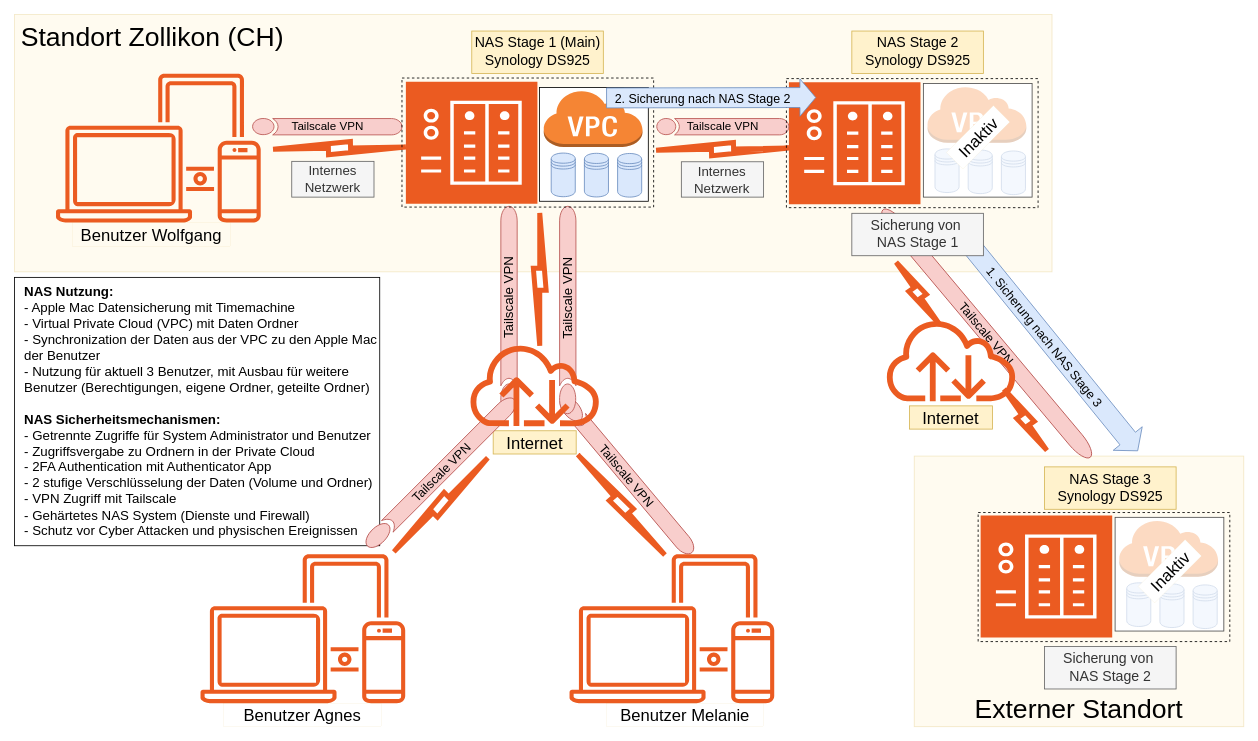
The draw.io diagram Data Management WWW.drawio in noelchiocchetti/SmarterTec, before the edit. Source tidied: cells renumbered, new cells numbered last; positions are measured from the earlier drawing's top-left corner, leaving out a move shared by most shapes. Both pictures are drawn from the tidied source at 83%, with x=0, y=0 at pixel (14, 14). Pictures stored in the file or linked from it are replaced by grey dashed boxes.
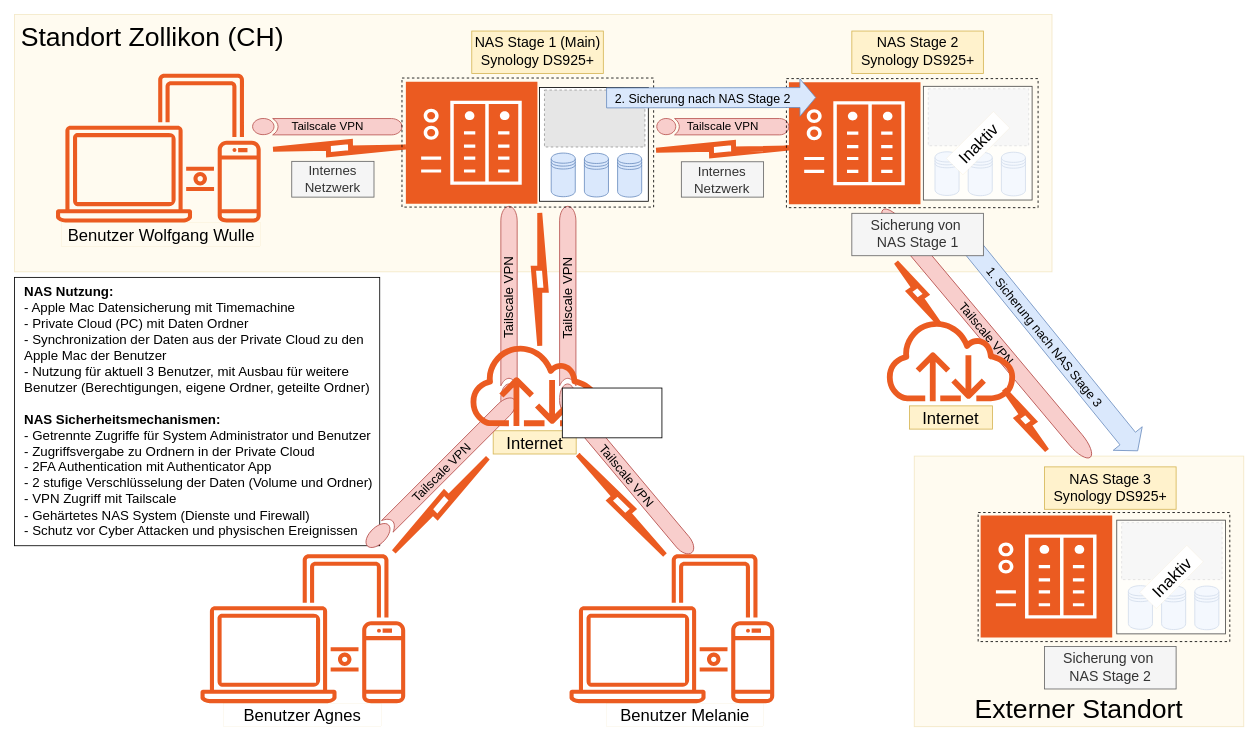
The same page after the edit.

Unchanged cells that the change refers to:
```xml
<mxCell id="53" style="group;" parent="1" vertex="1">
  <mxGeometry x="632.6" y="88" width="131" height="137" as="geometry" />
</mxCell>
```

Diff of the diagram source:
```diff
@@
-    <mxCell id="14" value="&lt;div&gt;NAS Stage 1 (Main)&lt;/div&gt;&lt;div&gt;Synology DS925&lt;/div&gt;" style="whiteSpace=wrap;html=1;fillColor=#fff2cc;strokeColor=#d6b656;fontSize=17;" parent="1" vertex="1">
+    <mxCell id="14" value="&lt;div&gt;NAS Stage 1 (Main)&lt;/div&gt;&lt;div&gt;Synology DS925+&lt;/div&gt;" style="whiteSpace=wrap;html=1;fillColor=#fff2cc;strokeColor=#d6b656;fontSize=17;" parent="1" vertex="1">
       <mxGeometry x="550.9" y="19.9" width="158.5" height="51.1" as="geometry" />
     </mxCell>
@@
-    <mxCell id="17" value="Benutzer Wolfgang" style="whiteSpace=wrap;html=1;fillColor=none;strokeColor=#d6b656;fontSize=20;strokeWidth=0;" parent="1" vertex="1">
-      <mxGeometry x="70" y="251" width="190" height="28" as="geometry" />
+    <mxCell id="17" value="Benutzer Wolfgang Wulle" style="whiteSpace=wrap;html=1;fillColor=none;strokeColor=#d6b656;fontSize=20;strokeWidth=0;" parent="1" vertex="1">
+      <mxGeometry x="56.6" y="251" width="240" height="28" as="geometry" />
     </mxCell>
@@
-    <mxCell id="25" value="&lt;div&gt;NAS Stage 2&lt;/div&gt;&lt;div&gt;Synology DS925&lt;/div&gt;" style="whiteSpace=wrap;html=1;fillColor=#fff2cc;strokeColor=#d6b656;fontSize=17;" parent="1" vertex="1">
+    <mxCell id="25" value="&lt;div&gt;NAS Stage 2&lt;/div&gt;&lt;div&gt;Synology DS925+&lt;/div&gt;" style="whiteSpace=wrap;html=1;fillColor=#fff2cc;strokeColor=#d6b656;fontSize=17;" parent="1" vertex="1">
       <mxGeometry x="1008.8" y="19.9" width="158.5" height="51.1" as="geometry" />
     </mxCell>
@@
-    <mxCell id="28" value="&lt;div&gt;NAS Stage 3&lt;/div&gt;&lt;div&gt;Synology DS925&lt;/div&gt;" style="whiteSpace=wrap;html=1;fillColor=#fff2cc;strokeColor=#d6b656;fontSize=17;" parent="1" vertex="1">
+    <mxCell id="28" value="&lt;div&gt;NAS Stage 3&lt;/div&gt;&lt;div&gt;Synology DS925+&lt;/div&gt;" style="whiteSpace=wrap;html=1;fillColor=#fff2cc;strokeColor=#d6b656;fontSize=17;" parent="1" vertex="1">
       <mxGeometry x="1241" y="545" width="158.5" height="51.1" as="geometry" />
     </mxCell>
@@
-    <mxCell id="37" style="group;fillColor=default;" parent="1" vertex="1">
-      <mxGeometry x="1095" y="83" width="131" height="137" as="geometry" />
-    </mxCell>
-    <mxCell id="38" style="dashed=0;verticalLabelPosition=bottom;verticalAlign=top;align=center;html=1;shape=mxgraph.aws3.virtual_private_cloud;fillColor=#F58534;gradientColor=none;" parent="37" vertex="1">
-      <mxGeometry x="4" y="2.5" width="120" height="69" as="geometry" />
-    </mxCell>
-    <mxCell id="39" style="shape=datastore;whiteSpace=wrap;html=1;fillColor=#dae8fc;strokeColor=#6c8ebf;" parent="37" vertex="1">
-      <mxGeometry x="14" y="78.9" width="29" height="52.6" as="geometry" />
-    </mxCell>
-    <mxCell id="40" style="shape=datastore;whiteSpace=wrap;html=1;fillColor=#dae8fc;strokeColor=#6c8ebf;" parent="37" vertex="1">
-      <mxGeometry x="54" y="80.2" width="29" height="52.6" as="geometry" />
-    </mxCell>
-    <mxCell id="41" style="shape=datastore;whiteSpace=wrap;html=1;fillColor=#dae8fc;strokeColor=#6c8ebf;" parent="37" vertex="1">
-      <mxGeometry x="94" y="81.4" width="29" height="52.6" as="geometry" />
-    </mxCell>
-    <mxCell id="42" style="whiteSpace=wrap;html=1;gradientColor=none;fillStyle=solid;fillColor=default;opacity=70;" parent="37" vertex="1">
-      <mxGeometry width="131" height="137" as="geometry" />
-    </mxCell>
-    <mxCell id="43" value="Inaktiv" style="whiteSpace=wrap;html=1;fillColor=default;strokeColor=#d6b656;fontSize=20;strokeWidth=0;rotation=-45;" parent="37" vertex="1">
-      <mxGeometry x="26" y="50.9" width="80" height="28" as="geometry" />
-    </mxCell>
@@
-    <mxCell id="45" style="group;fillColor=default;" parent="1" vertex="1">
-      <mxGeometry x="1326" y="605.8" width="131" height="137" as="geometry" />
-    </mxCell>
-    <mxCell id="46" style="dashed=0;verticalLabelPosition=bottom;verticalAlign=top;align=center;html=1;shape=mxgraph.aws3.virtual_private_cloud;fillColor=#F58534;gradientColor=none;" parent="45" vertex="1">
-      <mxGeometry x="4" y="2.5" width="120" height="69" as="geometry" />
-    </mxCell>
-    <mxCell id="47" style="shape=datastore;whiteSpace=wrap;html=1;fillColor=#dae8fc;strokeColor=#6c8ebf;" parent="45" vertex="1">
-      <mxGeometry x="14" y="78.9" width="29" height="52.6" as="geometry" />
-    </mxCell>
-    <mxCell id="48" style="shape=datastore;whiteSpace=wrap;html=1;fillColor=#dae8fc;strokeColor=#6c8ebf;" parent="45" vertex="1">
-      <mxGeometry x="54" y="80.2" width="29" height="52.6" as="geometry" />
-    </mxCell>
-    <mxCell id="49" style="shape=datastore;whiteSpace=wrap;html=1;fillColor=#dae8fc;strokeColor=#6c8ebf;" parent="45" vertex="1">
-      <mxGeometry x="94" y="81.4" width="29" height="52.6" as="geometry" />
-    </mxCell>
-    <mxCell id="50" style="whiteSpace=wrap;html=1;gradientColor=none;fillStyle=solid;fillColor=default;opacity=70;" parent="45" vertex="1">
-      <mxGeometry width="131" height="137" as="geometry" />
-    </mxCell>
-    <mxCell id="51" value="Inaktiv" style="whiteSpace=wrap;html=1;fillColor=default;strokeColor=#d6b656;fontSize=20;strokeWidth=0;rotation=-45;" parent="45" vertex="1">
-      <mxGeometry x="26" y="50.9" width="80" height="28" as="geometry" />
-    </mxCell>
-    <mxCell id="52" value="&lt;div&gt;&lt;div&gt;&lt;b&gt;NAS Nutzung:&lt;/b&gt;&lt;/div&gt;&lt;div&gt;- Apple Mac Datensicherung mit Timemachine&lt;/div&gt;&lt;div&gt;- Virtual Private Cloud (VPC) mit Daten Ordner&lt;/div&gt;&lt;div&gt;- Synchronization der Daten aus der VPC zu den Apple Mac der Benutzer&amp;nbsp;&lt;/div&gt;&lt;div&gt;- Nutzung für aktuell 3 Benutzer, mit Ausbau für weitere Benutzer (Berechtigungen, eigene Ordner, geteilte Ordner)&lt;/div&gt;&lt;br&gt;&lt;/div&gt;&lt;div&gt;&lt;b&gt;NAS Sicherheitsmechanismen:&lt;/b&gt;&lt;/div&gt;&lt;div&gt;- Getrennte Zugriffe für System Administrator und Benutzer&lt;/div&gt;&lt;div&gt;- Zugriffsvergabe zu Ordnern in der Private Cloud&lt;/div&gt;&lt;div&gt;- 2FA Authentication mit Authenticator App&lt;/div&gt;&lt;div&gt;- 2 stufige Verschlüsselung der Daten (Volume und Ordner)&lt;/div&gt;&lt;div&gt;- VPN Zugriff mit Tailscale&lt;/div&gt;&lt;div&gt;- Gehärtetes NAS System (Dienste und Firewall)&lt;/div&gt;&lt;div&gt;- Schutz vor Cyber Attacken und physischen Ereignissen&lt;/div&gt;" style="rounded=0;whiteSpace=wrap;html=1;fontSize=16;align=left;spacingLeft=10;spacingRight=2;" parent="1" vertex="1">
+    <mxCell id="52" value="&lt;div&gt;&lt;div&gt;&lt;b&gt;NAS Nutzung:&lt;/b&gt;&lt;/div&gt;&lt;div&gt;- Apple Mac Datensicherung mit Timemachine&lt;/div&gt;&lt;div&gt;- Private Cloud (PC) mit Daten Ordner&lt;/div&gt;&lt;div&gt;- Synchronization der Daten aus der&amp;nbsp;Private Cloud&amp;nbsp;zu den Apple Mac der Benutzer&amp;nbsp;&lt;/div&gt;&lt;div&gt;- Nutzung für aktuell 3 Benutzer, mit Ausbau für weitere Benutzer (Berechtigungen, eigene Ordner, geteilte Ordner)&lt;/div&gt;&lt;br&gt;&lt;/div&gt;&lt;div&gt;&lt;b&gt;NAS Sicherheitsmechanismen:&lt;/b&gt;&lt;/div&gt;&lt;div&gt;- Getrennte Zugriffe für System Administrator und Benutzer&lt;/div&gt;&lt;div&gt;- Zugriffsvergabe zu Ordnern in der Private Cloud&lt;/div&gt;&lt;div&gt;- 2FA Authentication mit Authenticator App&lt;/div&gt;&lt;div&gt;- 2 stufige Verschlüsselung der Daten (Volume und Ordner)&lt;/div&gt;&lt;div&gt;- VPN Zugriff mit Tailscale&lt;/div&gt;&lt;div&gt;- Gehärtetes NAS System (Dienste und Firewall)&lt;/div&gt;&lt;div&gt;- Schutz vor Cyber Attacken und physischen Ereignissen&lt;/div&gt;" style="rounded=0;whiteSpace=wrap;html=1;fontSize=16;align=left;spacingLeft=10;spacingRight=2;" parent="1" vertex="1">
       <mxGeometry y="316.7" width="440" height="323.3" as="geometry" />
     </mxCell>
+    <mxCell id="59" style="shape=flexArrow;endArrow=classic;html=1;rounded=0;width=24;labelPosition=center;verticalLabelPosition=middle;align=right;verticalAlign=middle;fillColor=#dae8fc;strokeColor=#6c8ebf;" parent="1" edge="1">
+      <mxGeometry relative="1" as="geometry">
+        <mxPoint x="1130" y="251" as="sourcePoint" />
+        <mxPoint x="1353.5" y="526" as="targetPoint" />
+      </mxGeometry>
+    </mxCell>
+    <mxCell id="60" value="1. Sicherung nach NAS Stage 3" style="edgeLabel;html=1;align=center;verticalAlign=middle;fontSize=15;labelBackgroundColor=none;rotation=51;" parent="59" vertex="1">
+      <mxGeometry x="-0.42" y="-1" relative="1" as="geometry">
+        <mxPoint x="47" y="56" as="offset" />
+      </mxGeometry>
+    </mxCell>
+    <mxCell id="61" value="Sicherung von&amp;nbsp;&lt;br&gt;NAS Stage 1" style="whiteSpace=wrap;html=1;fillColor=#f5f5f5;strokeColor=#666666;fontSize=17;fontColor=#333333;" parent="1" vertex="1">
+      <mxGeometry x="1008.8" y="239.5" width="158.5" height="51.1" as="geometry" />
+    </mxCell>
+    <mxCell id="64" value="Tailscale VPN" style="sketch=0;shadow=0;dashed=0;html=1;strokeColor=#b85450;labelPosition=center;verticalLabelPosition=middle;verticalAlign=middle;align=center;fillColor=#f8cecc;shape=mxgraph.mscae.general.tunnel;rotation=-45;fontSize=15;" parent="1" vertex="1">
+      <mxGeometry x="388.6" y="542" width="250" height="20" as="geometry" />
+    </mxCell>
+    <mxCell id="65" style="sketch=0;fontColor=#232F3E;gradientColor=none;fillColor=#EB5B21;strokeColor=none;dashed=0;verticalLabelPosition=bottom;verticalAlign=top;align=center;html=1;fontSize=12;fontStyle=0;shape=mxgraph.aws4.internet;" parent="1" vertex="1">
+      <mxGeometry x="545.4" y="396" width="162.5" height="100" as="geometry" />
+    </mxCell>
@@
-    <mxCell id="55" style="dashed=0;verticalLabelPosition=bottom;verticalAlign=top;align=center;html=1;shape=mxgraph.aws3.virtual_private_cloud;fillColor=#F58534;gradientColor=none;" parent="53" vertex="1">
-      <mxGeometry x="4" y="2.5" width="120" height="69" as="geometry" />
-    </mxCell>
@@
-    <mxCell id="59" style="shape=flexArrow;endArrow=classic;html=1;rounded=0;width=24;labelPosition=center;verticalLabelPosition=middle;align=right;verticalAlign=middle;fillColor=#dae8fc;strokeColor=#6c8ebf;" parent="1" edge="1">
-      <mxGeometry relative="1" as="geometry">
-        <mxPoint x="1130" y="251" as="sourcePoint" />
-        <mxPoint x="1353.5" y="526" as="targetPoint" />
-      </mxGeometry>
-    </mxCell>
-    <mxCell id="60" value="1. Sicherung nach NAS Stage 3" style="edgeLabel;html=1;align=center;verticalAlign=middle;fontSize=15;labelBackgroundColor=none;rotation=51;" parent="59" vertex="1">
-      <mxGeometry x="-0.42" y="-1" relative="1" as="geometry">
-        <mxPoint x="47" y="56" as="offset" />
-      </mxGeometry>
-    </mxCell>
-    <mxCell id="61" value="Sicherung von&amp;nbsp;&lt;br&gt;NAS Stage 1" style="whiteSpace=wrap;html=1;fillColor=#f5f5f5;strokeColor=#666666;fontSize=17;fontColor=#333333;" parent="1" vertex="1">
-      <mxGeometry x="1008.8" y="239.5" width="158.5" height="51.1" as="geometry" />
-    </mxCell>
+    <mxCell id="66" style="fillColor=#E6E6E6;strokeColor=#999999;dashed=1;verticalLabelPosition=bottom;labelBackgroundColor=default;verticalAlign=top;" parent="53" vertex="1">
+      <mxGeometry x="5.9" y="3" width="121" height="68.6" as="geometry" />
+    </mxCell>
@@
-    <mxCell id="64" value="Tailscale VPN" style="sketch=0;shadow=0;dashed=0;html=1;strokeColor=#b85450;labelPosition=center;verticalLabelPosition=middle;verticalAlign=middle;align=center;fillColor=#f8cecc;shape=mxgraph.mscae.general.tunnel;rotation=-45;fontSize=15;" parent="1" vertex="1">
-      <mxGeometry x="388.6" y="542" width="250" height="20" as="geometry" />
-    </mxCell>
-    <mxCell id="65" style="sketch=0;fontColor=#232F3E;gradientColor=none;fillColor=#EB5B21;strokeColor=none;dashed=0;verticalLabelPosition=bottom;verticalAlign=top;align=center;html=1;fontSize=12;fontStyle=0;shape=mxgraph.aws4.internet;" parent="1" vertex="1">
-      <mxGeometry x="545.4" y="396" width="162.5" height="100" as="geometry" />
-    </mxCell>
+    <mxCell id="67" style="group;" parent="1" vertex="1">
+      <mxGeometry x="1095" y="86.5" width="131" height="137" as="geometry" />
+    </mxCell>
+    <mxCell id="68" style="shape=datastore;whiteSpace=wrap;html=1;fillColor=#dae8fc;strokeColor=#6c8ebf;" parent="67" vertex="1">
+      <mxGeometry x="14" y="78.9" width="29" height="52.6" as="geometry" />
+    </mxCell>
+    <mxCell id="69" style="shape=datastore;whiteSpace=wrap;html=1;fillColor=#dae8fc;strokeColor=#6c8ebf;" parent="67" vertex="1">
+      <mxGeometry x="54" y="79.2" width="29" height="52.6" as="geometry" />
+    </mxCell>
+    <mxCell id="70" style="shape=datastore;whiteSpace=wrap;html=1;fillColor=#dae8fc;strokeColor=#6c8ebf;" parent="67" vertex="1">
+      <mxGeometry x="94" y="79.4" width="29" height="52.6" as="geometry" />
+    </mxCell>
+    <mxCell id="71" style="fillColor=#E6E6E6;strokeColor=#999999;dashed=1;verticalLabelPosition=bottom;labelBackgroundColor=default;verticalAlign=top;" parent="67" vertex="1">
+      <mxGeometry x="5.9" y="3" width="121" height="68.6" as="geometry" />
+    </mxCell>
+    <mxCell id="72" style="whiteSpace=wrap;html=1;opacity=70;" parent="67" vertex="1">
+      <mxGeometry width="131" height="137" as="geometry" />
+    </mxCell>
+    <mxCell id="43" value="Inaktiv" style="whiteSpace=wrap;html=1;fillColor=default;strokeColor=#d6b656;fontSize=20;strokeWidth=0;rotation=-45;" parent="67" vertex="1">
+      <mxGeometry x="26" y="54.5" width="80" height="28" as="geometry" />
+    </mxCell>
+    <mxCell id="73" style="group;" parent="1" vertex="1">
+      <mxGeometry x="1328" y="609.2" width="131" height="137" as="geometry" />
+    </mxCell>
+    <mxCell id="74" style="shape=datastore;whiteSpace=wrap;html=1;fillColor=#dae8fc;strokeColor=#6c8ebf;" parent="73" vertex="1">
+      <mxGeometry x="14" y="78.9" width="29" height="52.6" as="geometry" />
+    </mxCell>
+    <mxCell id="75" style="shape=datastore;whiteSpace=wrap;html=1;fillColor=#dae8fc;strokeColor=#6c8ebf;" parent="73" vertex="1">
+      <mxGeometry x="54" y="79.2" width="29" height="52.6" as="geometry" />
+    </mxCell>
+    <mxCell id="76" style="shape=datastore;whiteSpace=wrap;html=1;fillColor=#dae8fc;strokeColor=#6c8ebf;" parent="73" vertex="1">
+      <mxGeometry x="94" y="79.4" width="29" height="52.6" as="geometry" />
+    </mxCell>
+    <mxCell id="77" style="fillColor=#E6E6E6;strokeColor=#999999;dashed=1;verticalLabelPosition=bottom;labelBackgroundColor=default;verticalAlign=top;" parent="73" vertex="1">
+      <mxGeometry x="5.9" y="3" width="121" height="68.6" as="geometry" />
+    </mxCell>
+    <mxCell id="78" style="whiteSpace=wrap;html=1;opacity=70;" parent="73" vertex="1">
+      <mxGeometry width="131" height="137" as="geometry" />
+    </mxCell>
+    <mxCell id="51" value="Inaktiv" style="whiteSpace=wrap;html=1;fillColor=default;strokeColor=#d6b656;fontSize=20;strokeWidth=0;rotation=-45;" parent="73" vertex="1">
+      <mxGeometry x="26" y="54.5" width="80" height="28" as="geometry" />
+    </mxCell>
+    <mxCell id="79" style="whiteSpace=wrap;html=1;" parent="1" vertex="1">
+      <mxGeometry x="660" y="450" width="120" height="60" as="geometry" />
+    </mxCell>
```
